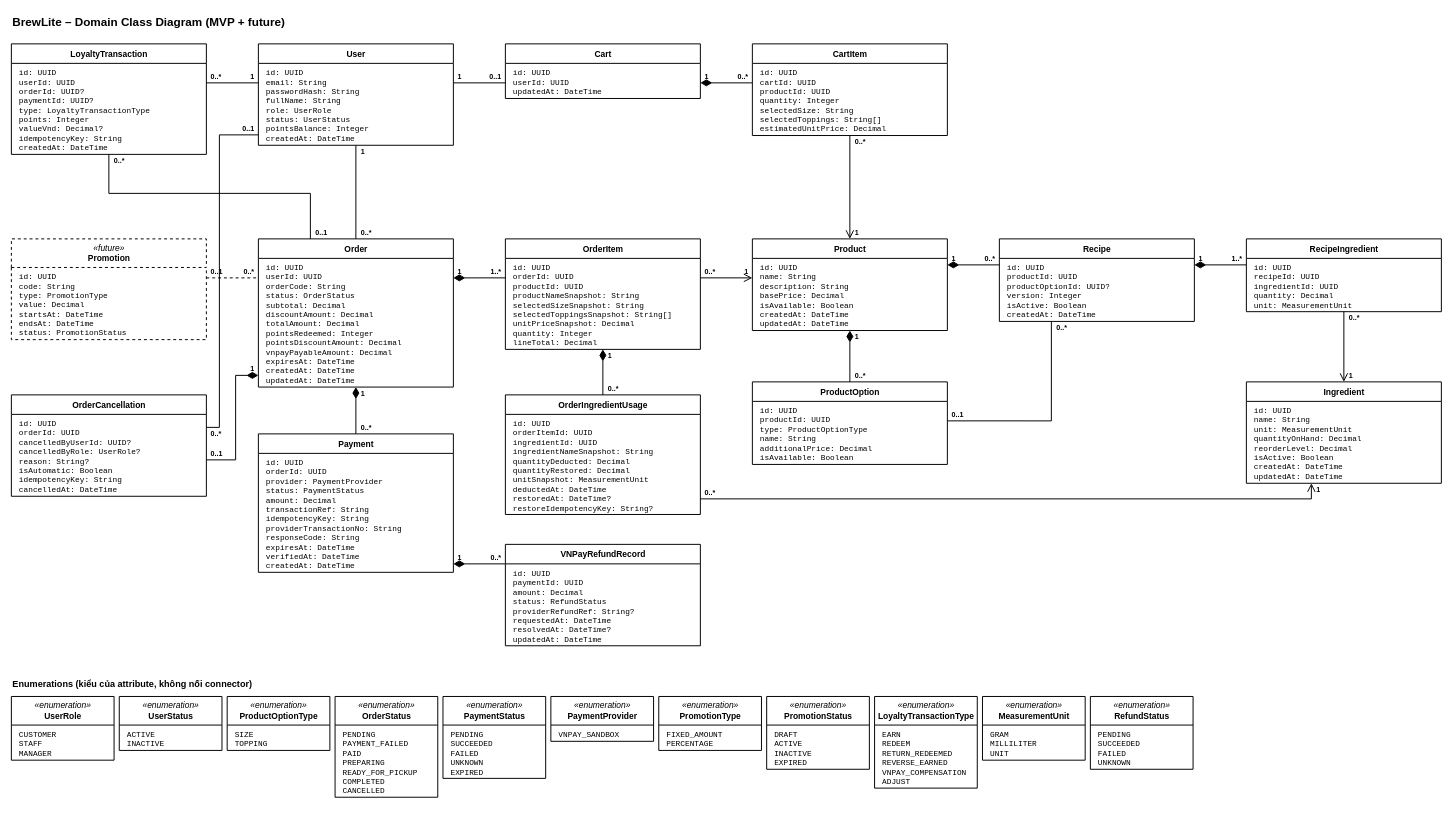
mhien06/SWE_A2 keeps this draw.io diagram as docs/diagrams/sources/domain-class.drawio. Above is the earlier version. Source tidied: cells renumbered, new cells numbered last; positions are measured from the earlier drawing's top-left corner, leaving out a move shared by most shapes. Both pictures are drawn from the tidied source at 65%, with x=0, y=0 at pixel (11, 11).
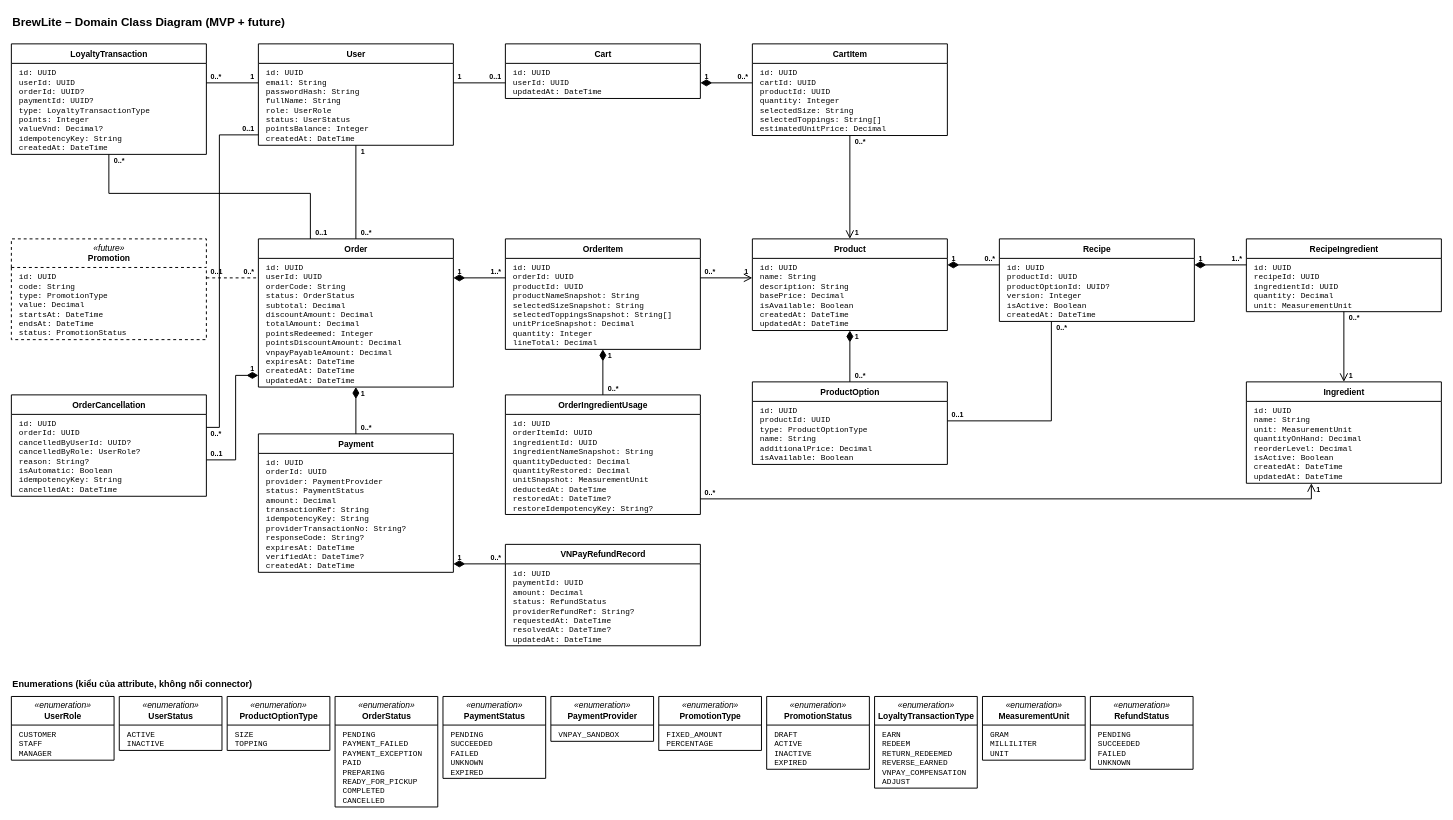
After the change.

Commit message (it also covers changes not shown here):
docs(task2.3): address domain model review

The change refers to these unchanged cells:
```xml
<mxCell id="20" value="&lt;b&gt;Payment&lt;/b&gt;" style="swimlane;html=1;fontStyle=0;horizontal=1;startSize=30;fillColor=#ffffff;swimlaneFillColor=#ffffff;strokeColor=#000000;strokeWidth=1.5;align=center;fontSize=13;" parent="1" vertex="1">
  <mxGeometry x="380" y="650" width="300" height="213" as="geometry" />
</mxCell>
```

Diff of the diagram source:
```diff
@@
-    <mxCell id="21" value="id: UUID&lt;br&gt;orderId: UUID&lt;br&gt;provider: PaymentProvider&lt;br&gt;status: PaymentStatus&lt;br&gt;amount: Decimal&lt;br&gt;transactionRef: String&lt;br&gt;idempotencyKey: String&lt;br&gt;providerTransactionNo: String&lt;br&gt;responseCode: String&lt;br&gt;expiresAt: DateTime&lt;br&gt;verifiedAt: DateTime&lt;br&gt;createdAt: DateTime" style="text;html=1;align=left;verticalAlign=top;spacingLeft=10;spacingTop=2;fontFamily=Courier New;fontSize=12;whiteSpace=wrap;overflow=hidden;strokeColor=none;fillColor=none;" parent="20" vertex="1">
+    <mxCell id="21" value="id: UUID&lt;br&gt;orderId: UUID&lt;br&gt;provider: PaymentProvider&lt;br&gt;status: PaymentStatus&lt;br&gt;amount: Decimal&lt;br&gt;transactionRef: String&lt;br&gt;idempotencyKey: String&lt;br&gt;providerTransactionNo: String?&lt;br&gt;responseCode: String?&lt;br&gt;expiresAt: DateTime&lt;br&gt;verifiedAt: DateTime?&lt;br&gt;createdAt: DateTime" style="text;html=1;align=left;verticalAlign=top;spacingLeft=10;spacingTop=2;fontFamily=Courier New;fontSize=12;whiteSpace=wrap;overflow=hidden;strokeColor=none;fillColor=none;" parent="20" vertex="1">
       <mxGeometry y="30" width="300" height="183" as="geometry" />
     </mxCell>
@@
     <mxCell id="30" value="&lt;i&gt;«enumeration»&lt;/i&gt;&lt;br&gt;&lt;b&gt;OrderStatus&lt;/b&gt;" style="swimlane;html=1;fontStyle=0;horizontal=1;startSize=44;fillColor=#ffffff;swimlaneFillColor=#ffffff;strokeColor=#000000;strokeWidth=1.5;align=center;fontSize=13;" parent="1" vertex="1">
-      <mxGeometry x="498" y="1054" width="158" height="155" as="geometry" />
+      <mxGeometry x="498" y="1054" width="158" height="170" as="geometry" />
     </mxCell>
-    <mxCell id="31" value="PENDING&lt;br&gt;PAYMENT_FAILED&lt;br&gt;PAID&lt;br&gt;PREPARING&lt;br&gt;READY_FOR_PICKUP&lt;br&gt;COMPLETED&lt;br&gt;CANCELLED" style="text;html=1;align=left;verticalAlign=top;spacingLeft=10;spacingTop=2;fontFamily=Courier New;fontSize=12;whiteSpace=wrap;overflow=hidden;strokeColor=none;fillColor=none;" parent="30" vertex="1">
-      <mxGeometry y="44" width="158" height="111" as="geometry" />
+    <mxCell id="31" value="PENDING&lt;br&gt;PAYMENT_FAILED&lt;br&gt;PAYMENT_EXCEPTION&lt;br&gt;PAID&lt;br&gt;PREPARING&lt;br&gt;READY_FOR_PICKUP&lt;br&gt;COMPLETED&lt;br&gt;CANCELLED" style="text;html=1;align=left;verticalAlign=top;spacingLeft=10;spacingTop=2;fontFamily=Courier New;fontSize=12;whiteSpace=wrap;overflow=hidden;strokeColor=none;fillColor=none;" parent="30" vertex="1">
+      <mxGeometry y="44" width="158" height="126" as="geometry" />
     </mxCell>
```
